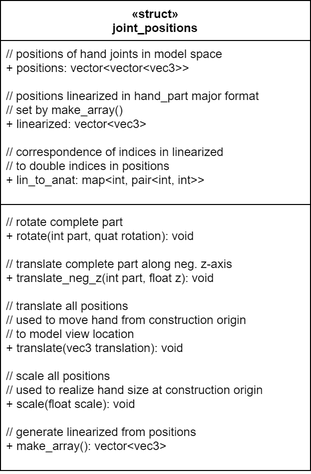
Above: pics/joint_positions.png in lucaswzyk/vr_ctrl_panel (draw.io), before the change. Source tidied: cells renumbered, new cells last; positions are measured from the earlier drawing's top-left corner, leaving out a move shared by most shapes. The source it was exported from:
```xml
<mxGraphModel>
  <root>
    <mxCell id="0" />
    <mxCell id="1" parent="0" />
    <mxCell id="2" value="«struct»&#10;joint_positions" style="swimlane;fontStyle=1;align=center;verticalAlign=top;horizontal=1;startSize=40;" parent="1" vertex="1">
      <mxGeometry width="310" height="470" as="geometry" />
    </mxCell>
    <mxCell id="3" value="// positions of hand joints in model space&#10;+ positions: vector&lt;vector&lt;vec3&gt;&gt;&#10;&#10;&#9;// positions linearized in hand_part major format&#10;&#9;&#9;// set by make_array() &#10;+ linearized: vector&lt;vec3&gt;&#10;&#10;&#9;&#9;// correspondence of indices in linearized&#10;&#9;&#9;// to double indices in positions&#10;+ lin_to_anat: map&lt;int, pair&lt;int, int&gt;&gt;" style="text;strokeColor=none;fillColor=none;align=left;verticalAlign=top;spacingLeft=4;spacingRight=4;overflow=hidden;" parent="2" vertex="1">
      <mxGeometry y="40" width="310" height="160" as="geometry" />
    </mxCell>
    <mxCell id="4" style="line;strokeWidth=1;fillColor=none;align=left;verticalAlign=middle;spacingTop=-1;spacingLeft=3;spacingRight=3;labelPosition=right;" parent="2" vertex="1">
      <mxGeometry y="200" width="310" height="8" as="geometry" />
    </mxCell>
    <mxCell id="5" value="// rotate complete part&#10;+ rotate(int part, quat rotation): void&#10;&#10;// translate complete part along neg. z-axis&#10;+ translate_neg_z(int part, float z): void&#10;&#10;// translate all positions&#10;// used to move hand from construction origin&#10;// to model view location&#10;+ translate(vec3 translation): void&#10;&#10;// scale all positions&#10;// used to realize hand size at construction origin&#10;+ scale(float scale): void&#10;&#10;// generate linearized from positions&#10;+ make_array(): vector&lt;vec3&gt;" style="text;strokeColor=none;fillColor=none;align=left;verticalAlign=top;spacingLeft=4;spacingRight=4;overflow=hidden;" parent="2" vertex="1">
      <mxGeometry y="208" width="310" height="262" as="geometry" />
    </mxCell>
  </root>
</mxGraphModel>
```
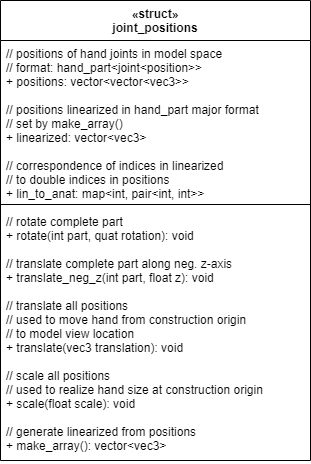
Later version of the same file.

What changed in the source:
```diff
@@ -3,16 +3,16 @@
     <mxCell id="0" />
     <mxCell id="1" parent="0" />
     <mxCell id="2" value="«struct»&#10;joint_positions" style="swimlane;fontStyle=1;align=center;verticalAlign=top;horizontal=1;startSize=40;" parent="1" vertex="1">
-      <mxGeometry width="310" height="470" as="geometry" />
+      <mxGeometry width="310" height="460" as="geometry" />
     </mxCell>
-    <mxCell id="3" value="// positions of hand joints in model space&#10;+ positions: vector&lt;vector&lt;vec3&gt;&gt;&#10;&#10;&#9;// positions linearized in hand_part major format&#10;&#9;&#9;// set by make_array() &#10;+ linearized: vector&lt;vec3&gt;&#10;&#10;&#9;&#9;// correspondence of indices in linearized&#10;&#9;&#9;// to double indices in positions&#10;+ lin_to_anat: map&lt;int, pair&lt;int, int&gt;&gt;" style="text;strokeColor=none;fillColor=none;align=left;verticalAlign=top;spacingLeft=4;spacingRight=4;overflow=hidden;" parent="2" vertex="1">
+    <mxCell id="3" value="// positions of hand joints in model space&#10;// format: hand_part&lt;joint&lt;position&gt;&gt;&#10;+ positions: vector&lt;vector&lt;vec3&gt;&gt;&#10;&#10;&#9;// positions linearized in hand_part major format&#10;&#9;&#9;// set by make_array() &#10;+ linearized: vector&lt;vec3&gt;&#10;&#10;&#9;&#9;// correspondence of indices in linearized&#10;&#9;&#9;// to double indices in positions&#10;+ lin_to_anat: map&lt;int, pair&lt;int, int&gt;&gt;" style="text;strokeColor=none;fillColor=none;align=left;verticalAlign=top;spacingLeft=4;spacingRight=4;overflow=hidden;" parent="2" vertex="1">
       <mxGeometry y="40" width="310" height="160" as="geometry" />
     </mxCell>
     <mxCell id="4" style="line;strokeWidth=1;fillColor=none;align=left;verticalAlign=middle;spacingTop=-1;spacingLeft=3;spacingRight=3;labelPosition=right;" parent="2" vertex="1">
       <mxGeometry y="200" width="310" height="8" as="geometry" />
     </mxCell>
     <mxCell id="5" value="// rotate complete part&#10;+ rotate(int part, quat rotation): void&#10;&#10;// translate complete part along neg. z-axis&#10;+ translate_neg_z(int part, float z): void&#10;&#10;// translate all positions&#10;// used to move hand from construction origin&#10;// to model view location&#10;+ translate(vec3 translation): void&#10;&#10;// scale all positions&#10;// used to realize hand size at construction origin&#10;+ scale(float scale): void&#10;&#10;// generate linearized from positions&#10;+ make_array(): vector&lt;vec3&gt;" style="text;strokeColor=none;fillColor=none;align=left;verticalAlign=top;spacingLeft=4;spacingRight=4;overflow=hidden;" parent="2" vertex="1">
-      <mxGeometry y="208" width="310" height="262" as="geometry" />
+      <mxGeometry y="208" width="310" height="252" as="geometry" />
     </mxCell>
   </root>
 </mxGraphModel>
```
